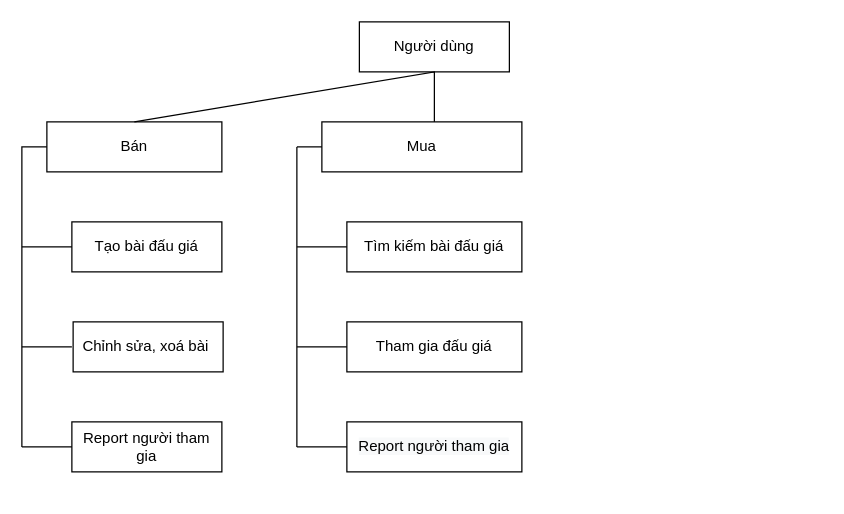
This is Untitled Diagram.drawio from vinhmh/upload-file, a draw.io file, before an edit. Source tidied: cells renumbered, new cells numbered last; positions are measured from the earlier drawing's top-left corner, leaving out a move shared by most shapes. Both pictures are drawn from the tidied source at 125%, with x=0, y=0 at pixel (21, 21).
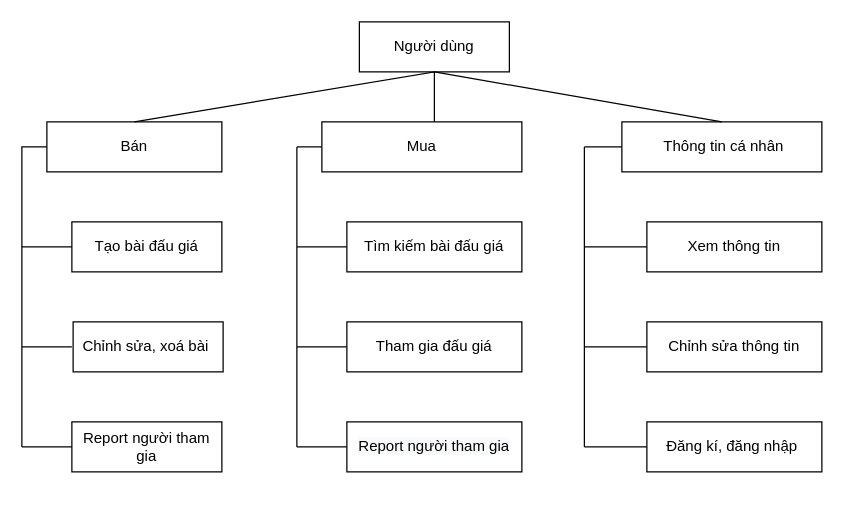
After the change.

The edit, as a diff of the source:
```diff
@@
+    <mxCell id="22" value="&amp;nbsp;Thông tin cá nhân" style="rounded=0;whiteSpace=wrap;html=1;" parent="1" vertex="1">
+      <mxGeometry x="480" y="80" width="160" height="40" as="geometry" />
+    </mxCell>
+    <mxCell id="23" value="Xem thông tin" style="rounded=0;whiteSpace=wrap;html=1;" parent="1" vertex="1">
+      <mxGeometry x="500" y="160" width="140" height="40" as="geometry" />
+    </mxCell>
+    <mxCell id="24" value="Chỉnh sửa thông tin" style="rounded=0;whiteSpace=wrap;html=1;" parent="1" vertex="1">
+      <mxGeometry x="500" y="240" width="140" height="40" as="geometry" />
+    </mxCell>
+    <mxCell id="25" value="Đăng kí, đăng nhập&amp;nbsp;" style="rounded=0;whiteSpace=wrap;html=1;" parent="1" vertex="1">
+      <mxGeometry x="500" y="320" width="140" height="40" as="geometry" />
+    </mxCell>
+    <mxCell id="26" style="endArrow=none;html=1;rounded=0;exitX=0.5;exitY=0;exitDx=0;exitDy=0;" parent="1" edge="1" source="22">
+      <mxGeometry relative="1" as="geometry">
+        <mxPoint x="330" y="40" as="targetPoint" />
+      </mxGeometry>
+    </mxCell>
+    <mxCell id="27" style="endArrow=none;html=1;rounded=0;" parent="1" edge="1">
+      <mxGeometry relative="1" as="geometry">
+        <mxPoint x="450" y="340" as="sourcePoint" />
+        <mxPoint x="450" y="100" as="targetPoint" />
+      </mxGeometry>
+    </mxCell>
+    <mxCell id="28" style="endArrow=none;html=1;rounded=0;entryX=0;entryY=0.5;entryDx=0;entryDy=0;" parent="1" edge="1">
+      <mxGeometry relative="1" as="geometry">
+        <mxPoint x="450" y="180" as="sourcePoint" />
+        <mxPoint x="500" y="180" as="targetPoint" />
+      </mxGeometry>
+    </mxCell>
+    <mxCell id="29" style="endArrow=none;html=1;rounded=0;" parent="1" edge="1">
+      <mxGeometry relative="1" as="geometry">
+        <mxPoint x="450" y="260" as="sourcePoint" />
+        <mxPoint x="500" y="260" as="targetPoint" />
+      </mxGeometry>
+    </mxCell>
+    <mxCell id="30" style="endArrow=none;html=1;rounded=0;entryX=0;entryY=0.5;entryDx=0;entryDy=0;" parent="1" edge="1" target="25">
+      <mxGeometry relative="1" as="geometry">
+        <mxPoint x="450" y="340" as="sourcePoint" />
+      </mxGeometry>
+    </mxCell>
+    <mxCell id="31" style="endArrow=none;html=1;rounded=0;entryX=0;entryY=0.5;entryDx=0;entryDy=0;" parent="1" edge="1" target="22">
+      <mxGeometry relative="1" as="geometry">
+        <mxPoint x="450" y="100" as="sourcePoint" />
+      </mxGeometry>
+    </mxCell>
```
